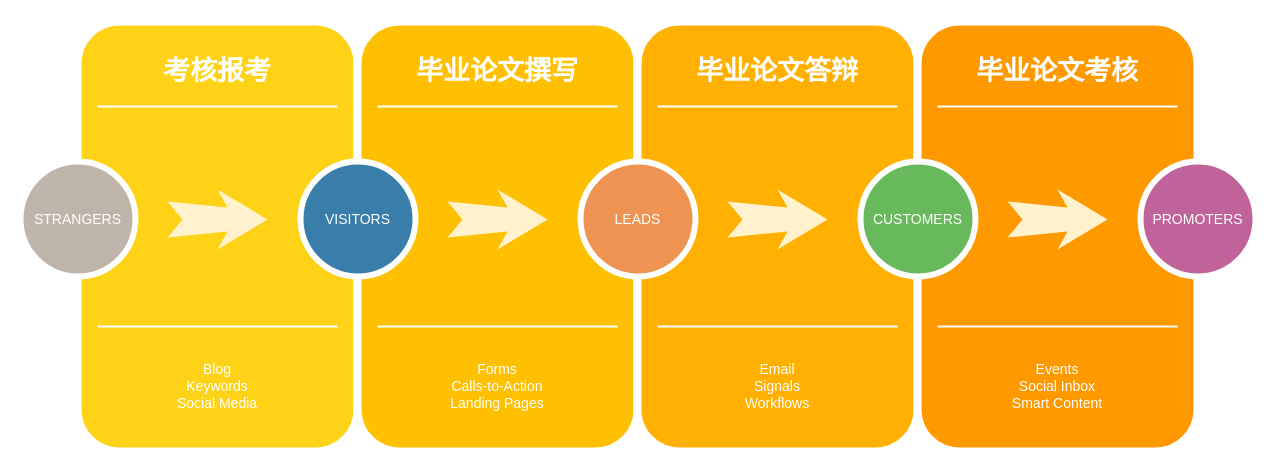
Above: Untitled Diagram.drawio in fisheep16/- (draw.io), before the change. Source tidied: cells renumbered, new cells numbered last; positions are measured from the earlier drawing's top-left corner, leaving out a move shared by most shapes. Both pictures are drawn from the tidied source at 100%, with x=0, y=0 at pixel (20, 21).
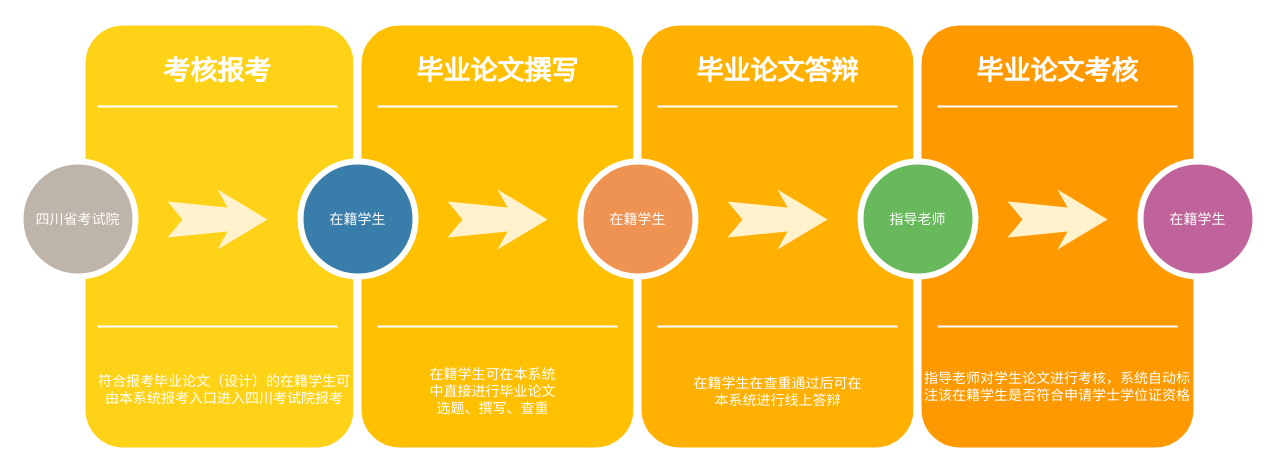
After the change.

The edit, as a diff of the source:
```diff
@@
     <mxCell id="2" style="whiteSpace=wrap;html=1;rounded=1;shadow=0;strokeWidth=8;fontSize=20;align=center;fillColor=#FED217;strokeColor=#FFFFFF;" parent="1" vertex="1">
-      <mxGeometry x="57" width="280" height="430" as="geometry" />
+      <mxGeometry x="61" width="276" height="430" as="geometry" />
     </mxCell>
@@
-    <mxCell id="4" value="Blog&lt;div&gt;Keywords&lt;/div&gt;&lt;div&gt;Social Media&lt;/div&gt;" style="text;html=1;strokeColor=none;fillColor=none;align=center;verticalAlign=middle;whiteSpace=wrap;rounded=0;shadow=0;fontSize=14;fontColor=#FFFFFF;" parent="1" vertex="1">
-      <mxGeometry x="57" y="320" width="280" height="90" as="geometry" />
+    <mxCell id="4" value="符合报考毕业论文（设计）的在籍学生可由本系统报考入口进入四川考试院报考" style="text;html=1;strokeColor=none;fillColor=none;align=center;verticalAlign=middle;whiteSpace=wrap;rounded=0;shadow=0;fontSize=14;fontColor=#FFFFFF;" parent="1" vertex="1">
+      <mxGeometry x="71" y="320" width="266" height="95" as="geometry" />
     </mxCell>
@@
-    <mxCell id="7" value="STRANGERS" style="ellipse;whiteSpace=wrap;html=1;rounded=0;shadow=0;strokeWidth=6;fontSize=14;align=center;fillColor=#BFB4A9;strokeColor=#FFFFFF;fontColor=#FFFFFF;" parent="1" vertex="1">
+    <mxCell id="7" value="四川省考试院" style="ellipse;whiteSpace=wrap;html=1;rounded=0;shadow=0;strokeWidth=6;fontSize=14;align=center;fillColor=#BFB4A9;strokeColor=#FFFFFF;fontColor=#FFFFFF;" parent="1" vertex="1">
       <mxGeometry y="140" width="115" height="115" as="geometry" />
     </mxCell>
@@
-    <mxCell id="11" value="Forms&lt;div&gt;Calls-to-Action&lt;/div&gt;&lt;div&gt;Landing Pages&lt;/div&gt;" style="text;html=1;strokeColor=none;fillColor=none;align=center;verticalAlign=middle;whiteSpace=wrap;rounded=0;shadow=0;fontSize=14;fontColor=#FFFFFF;" parent="1" vertex="1">
-      <mxGeometry x="337" y="320" width="280" height="90" as="geometry" />
+    <mxCell id="11" value="在籍学生可在本系统中直接进行毕业论文选题、撰写、查重" style="text;html=1;strokeColor=none;fillColor=none;align=center;verticalAlign=middle;whiteSpace=wrap;rounded=0;shadow=0;fontSize=14;fontColor=#FFFFFF;" parent="1" vertex="1">
+      <mxGeometry x="404" y="325" width="137" height="90" as="geometry" />
     </mxCell>
@@
-    <mxCell id="14" value="VISITORS" style="ellipse;whiteSpace=wrap;html=1;rounded=0;shadow=0;strokeWidth=6;fontSize=14;align=center;fillColor=#397DAA;strokeColor=#FFFFFF;fontColor=#FFFFFF;" parent="1" vertex="1">
+    <mxCell id="14" value="在籍学生" style="ellipse;whiteSpace=wrap;html=1;rounded=0;shadow=0;strokeWidth=6;fontSize=14;align=center;fillColor=#397DAA;strokeColor=#FFFFFF;fontColor=#FFFFFF;" parent="1" vertex="1">
       <mxGeometry x="280" y="140" width="115" height="115" as="geometry" />
     </mxCell>
@@
-    <mxCell id="18" value="Email&lt;div&gt;Signals&lt;/div&gt;&lt;div&gt;Workflows&lt;/div&gt;" style="text;html=1;strokeColor=none;fillColor=none;align=center;verticalAlign=middle;whiteSpace=wrap;rounded=0;shadow=0;fontSize=14;fontColor=#FFFFFF;" parent="1" vertex="1">
-      <mxGeometry x="617" y="320" width="280" height="90" as="geometry" />
-    </mxCell>
@@
-    <mxCell id="21" value="LEADS" style="ellipse;whiteSpace=wrap;html=1;rounded=0;shadow=0;strokeWidth=6;fontSize=14;align=center;fillColor=#EF9353;strokeColor=#FFFFFF;fontColor=#FFFFFF;" parent="1" vertex="1">
+    <mxCell id="21" value="在籍学生" style="ellipse;whiteSpace=wrap;html=1;rounded=0;shadow=0;strokeWidth=6;fontSize=14;align=center;fillColor=#EF9353;strokeColor=#FFFFFF;fontColor=#FFFFFF;" parent="1" vertex="1">
       <mxGeometry x="560" y="140" width="115" height="115" as="geometry" />
     </mxCell>
@@
-    <mxCell id="25" value="Events&lt;div&gt;Social Inbox&lt;/div&gt;&lt;div&gt;Smart Content&lt;/div&gt;" style="text;html=1;strokeColor=none;fillColor=none;align=center;verticalAlign=middle;whiteSpace=wrap;rounded=0;shadow=0;fontSize=14;fontColor=#FFFFFF;" parent="1" vertex="1">
+    <mxCell id="25" value="指导老师对学生论文进行考核，系统自动标注该在籍学生是否符合申请学士学位证资格" style="text;html=1;strokeColor=none;fillColor=none;align=center;verticalAlign=middle;whiteSpace=wrap;rounded=0;shadow=0;fontSize=14;fontColor=#FFFFFF;" parent="1" vertex="1">
       <mxGeometry x="897" y="320" width="280" height="90" as="geometry" />
     </mxCell>
@@
-    <mxCell id="28" value="CUSTOMERS" style="ellipse;whiteSpace=wrap;html=1;rounded=0;shadow=0;strokeWidth=6;fontSize=14;align=center;fillColor=#68B85C;strokeColor=#FFFFFF;fontColor=#FFFFFF;" parent="1" vertex="1">
+    <mxCell id="28" value="指导老师" style="ellipse;whiteSpace=wrap;html=1;rounded=0;shadow=0;strokeWidth=6;fontSize=14;align=center;fillColor=#68B85C;strokeColor=#FFFFFF;fontColor=#FFFFFF;" parent="1" vertex="1">
       <mxGeometry x="840" y="140" width="115" height="115" as="geometry" />
     </mxCell>
@@
-    <mxCell id="30" value="PROMOTERS" style="ellipse;whiteSpace=wrap;html=1;rounded=0;shadow=0;strokeWidth=6;fontSize=14;align=center;fillColor=#BF639A;strokeColor=#FFFFFF;fontColor=#FFFFFF;" parent="1" vertex="1">
+    <mxCell id="30" value="在籍学生" style="ellipse;whiteSpace=wrap;html=1;rounded=0;shadow=0;strokeWidth=6;fontSize=14;align=center;fillColor=#BF639A;strokeColor=#FFFFFF;fontColor=#FFFFFF;" parent="1" vertex="1">
       <mxGeometry x="1120" y="140" width="115" height="115" as="geometry" />
     </mxCell>
+    <mxCell id="31" value="在籍学生在查重通过后可在本系统进行线上答辩" style="text;html=1;strokeColor=none;fillColor=none;align=center;verticalAlign=middle;whiteSpace=wrap;rounded=0;shadow=0;fontSize=14;fontColor=#FFFFFF;" parent="1" vertex="1">
+      <mxGeometry x="665.5" y="325" width="183" height="90" as="geometry" />
+    </mxCell>
```
